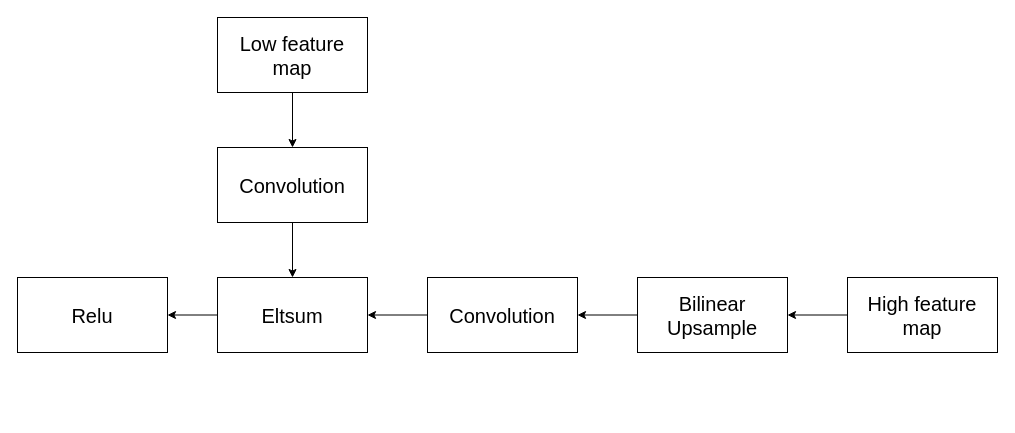
Earlier version of the draw.io diagram fig_file/Module_c.drawio (AakiraOtok/project_WPD). Source tidied: cells renumbered, new cells numbered last; positions are measured from the earlier drawing's top-left corner, leaving out a move shared by most shapes. Both pictures are drawn from the tidied source at 100%, with x=0, y=0 at pixel (17, 17).
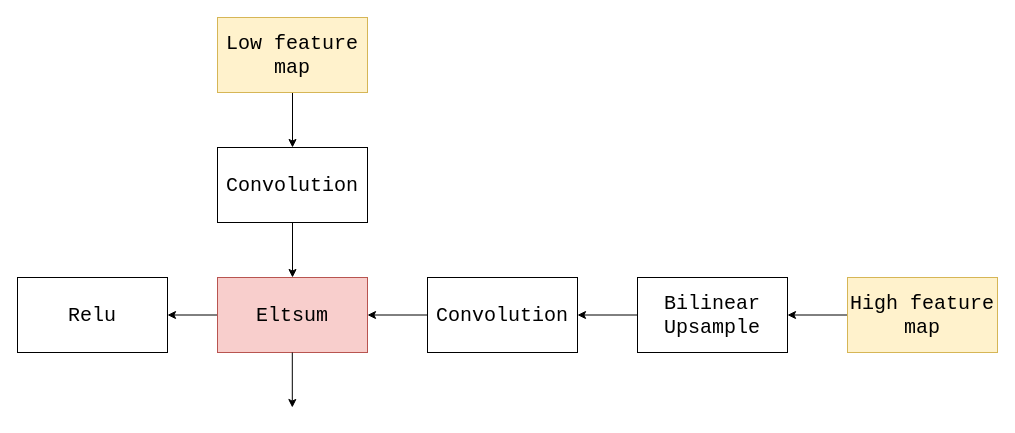
The same diagram, later.

The edit, as a diff of the source:
```diff
@@
 <mxGraphModel>
   <root>
     <mxCell id="0" />
     <mxCell id="1" parent="0" />
-    <mxCell id="2" style="edgeStyle=orthogonalEdgeStyle;rounded=0;jettySize=auto;html=1;exitX=0.5;exitY=1;exitDx=0;exitDy=0;entryX=0.5;entryY=0;entryDx=0;entryDy=0;" parent="1" edge="1" source="3" target="14">
+    <mxCell id="2" style="edgeStyle=orthogonalEdgeStyle;rounded=0;jettySize=auto;html=1;exitX=0.5;exitY=1;exitDx=0;exitDy=0;entryX=0.5;entryY=0;entryDx=0;entryDy=0;fontFamily=Courier New;" parent="1" edge="1" source="3" target="14">
       <mxGeometry relative="1" as="geometry" />
     </mxCell>
-    <mxCell id="3" value="Low feature map" style="rounded=0;whiteSpace=wrap;html=1;fontSize=20;" parent="1" vertex="1">
+    <mxCell id="3" value="Low feature map" style="rounded=0;whiteSpace=wrap;html=1;fontSize=20;fontFamily=Courier New;fillColor=#fff2cc;strokeColor=#d6b656;" parent="1" vertex="1">
       <mxGeometry x="200" width="150" height="75" as="geometry" />
     </mxCell>
-    <mxCell id="4" style="edgeStyle=orthogonalEdgeStyle;rounded=0;jettySize=auto;html=1;exitX=0;exitY=0.5;exitDx=0;exitDy=0;entryX=1;entryY=0.5;entryDx=0;entryDy=0;" parent="1" edge="1" source="5" target="7">
+    <mxCell id="4" style="edgeStyle=orthogonalEdgeStyle;rounded=0;jettySize=auto;html=1;exitX=0;exitY=0.5;exitDx=0;exitDy=0;entryX=1;entryY=0.5;entryDx=0;entryDy=0;fontFamily=Courier New;" parent="1" edge="1" source="5" target="7">
       <mxGeometry relative="1" as="geometry" />
     </mxCell>
-    <mxCell id="5" value="Bilinear Upsample" style="rounded=0;whiteSpace=wrap;html=1;fontSize=20;" parent="1" vertex="1">
+    <mxCell id="5" value="Bilinear Upsample" style="rounded=0;whiteSpace=wrap;html=1;fontSize=20;fontFamily=Courier New;" parent="1" vertex="1">
       <mxGeometry x="620" y="260" width="150" height="75" as="geometry" />
     </mxCell>
-    <mxCell id="6" style="edgeStyle=orthogonalEdgeStyle;rounded=0;jettySize=auto;html=1;exitX=0;exitY=0.5;exitDx=0;exitDy=0;entryX=1;entryY=0.5;entryDx=0;entryDy=0;" parent="1" edge="1" source="7" target="9">
+    <mxCell id="6" style="edgeStyle=orthogonalEdgeStyle;rounded=0;jettySize=auto;html=1;exitX=0;exitY=0.5;exitDx=0;exitDy=0;entryX=1;entryY=0.5;entryDx=0;entryDy=0;fontFamily=Courier New;" parent="1" edge="1" source="7" target="9">
       <mxGeometry relative="1" as="geometry" />
     </mxCell>
-    <mxCell id="7" value="Convolution" style="rounded=0;whiteSpace=wrap;html=1;fontSize=20;" parent="1" vertex="1">
+    <mxCell id="7" value="Convolution" style="rounded=0;whiteSpace=wrap;html=1;fontSize=20;fontFamily=Courier New;" parent="1" vertex="1">
       <mxGeometry x="410" y="260" width="150" height="75" as="geometry" />
     </mxCell>
-    <mxCell id="8" style="edgeStyle=orthogonalEdgeStyle;rounded=0;jettySize=auto;html=1;exitX=0;exitY=0.5;exitDx=0;exitDy=0;entryX=1;entryY=0.5;entryDx=0;entryDy=0;" parent="1" edge="1" source="9" target="10">
+    <mxCell id="8" style="edgeStyle=orthogonalEdgeStyle;rounded=0;jettySize=auto;html=1;exitX=0;exitY=0.5;exitDx=0;exitDy=0;entryX=1;entryY=0.5;entryDx=0;entryDy=0;fontFamily=Courier New;" parent="1" edge="1" source="9" target="10">
       <mxGeometry relative="1" as="geometry" />
     </mxCell>
-    <mxCell id="9" value="Eltsum" style="rounded=0;whiteSpace=wrap;html=1;fontSize=20;" parent="1" vertex="1">
+    <mxCell id="9" value="Eltsum" style="rounded=0;whiteSpace=wrap;html=1;fontSize=20;fontFamily=Courier New;fillColor=#f8cecc;strokeColor=#b85450;" parent="1" vertex="1">
       <mxGeometry x="200" y="260" width="150" height="75" as="geometry" />
     </mxCell>
-    <mxCell id="10" value="Relu" style="rounded=0;whiteSpace=wrap;html=1;fontSize=20;" parent="1" vertex="1">
+    <mxCell id="10" value="Relu" style="rounded=0;whiteSpace=wrap;html=1;fontSize=20;fontFamily=Courier New;" parent="1" vertex="1">
       <mxGeometry y="260" width="150" height="75" as="geometry" />
     </mxCell>
-    <mxCell id="11" style="edgeStyle=orthogonalEdgeStyle;rounded=0;jettySize=auto;html=1;exitX=0;exitY=0.5;exitDx=0;exitDy=0;entryX=1;entryY=0.5;entryDx=0;entryDy=0;" parent="1" edge="1" source="12" target="5">
+    <mxCell id="11" style="edgeStyle=orthogonalEdgeStyle;rounded=0;jettySize=auto;html=1;exitX=0;exitY=0.5;exitDx=0;exitDy=0;entryX=1;entryY=0.5;entryDx=0;entryDy=0;fontFamily=Courier New;" parent="1" edge="1" source="12" target="5">
       <mxGeometry relative="1" as="geometry" />
     </mxCell>
-    <mxCell id="12" value="High feature map" style="rounded=0;whiteSpace=wrap;html=1;fontSize=20;" parent="1" vertex="1">
+    <mxCell id="12" value="High feature map" style="rounded=0;whiteSpace=wrap;html=1;fontSize=20;fontFamily=Courier New;fillColor=#fff2cc;strokeColor=#d6b656;" parent="1" vertex="1">
       <mxGeometry x="830" y="260" width="150" height="75" as="geometry" />
     </mxCell>
-    <mxCell id="13" style="edgeStyle=orthogonalEdgeStyle;rounded=0;jettySize=auto;html=1;exitX=0.5;exitY=1;exitDx=0;exitDy=0;entryX=0.5;entryY=0;entryDx=0;entryDy=0;" parent="1" edge="1" source="14" target="9">
+    <mxCell id="13" style="edgeStyle=orthogonalEdgeStyle;rounded=0;jettySize=auto;html=1;exitX=0.5;exitY=1;exitDx=0;exitDy=0;entryX=0.5;entryY=0;entryDx=0;entryDy=0;fontFamily=Courier New;" parent="1" edge="1" source="14" target="9">
       <mxGeometry relative="1" as="geometry" />
     </mxCell>
-    <mxCell id="14" value="Convolution" style="rounded=0;whiteSpace=wrap;html=1;fontSize=20;" parent="1" vertex="1">
+    <mxCell id="14" value="Convolution" style="rounded=0;whiteSpace=wrap;html=1;fontSize=20;fontFamily=Courier New;" parent="1" vertex="1">
       <mxGeometry x="200" y="130" width="150" height="75" as="geometry" />
     </mxCell>
+    <mxCell id="15" style="edgeStyle=orthogonalEdgeStyle;rounded=0;orthogonalLoop=1;jettySize=auto;html=1;exitX=0.5;exitY=1;exitDx=0;exitDy=0;entryX=0.5;entryY=0;entryDx=0;entryDy=0;fontFamily=Courier New;" parent="1" edge="1">
+      <mxGeometry relative="1" as="geometry">
+        <mxPoint x="274.8" y="335" as="sourcePoint" />
+        <mxPoint x="274.8" y="390" as="targetPoint" />
+      </mxGeometry>
+    </mxCell>
   </root>
 </mxGraphModel>
```
